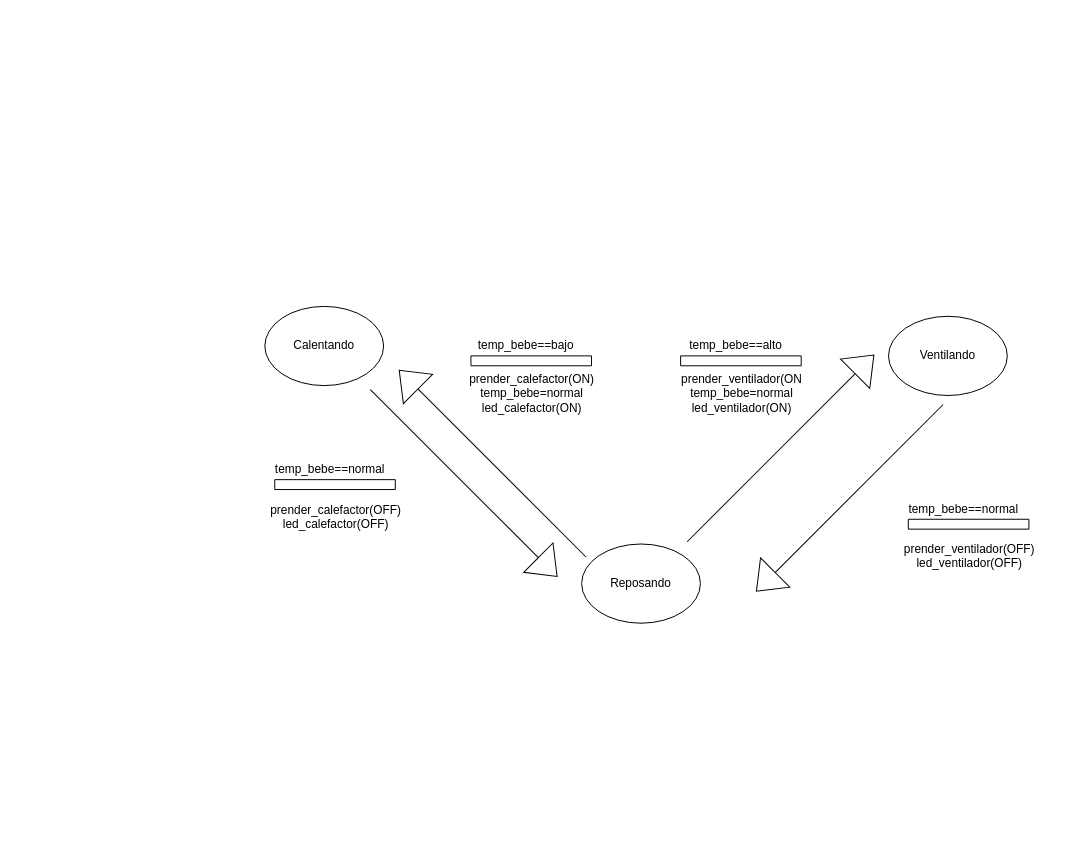
Before: SERBOCUNA.drawio in fjrod09-eng/TP-RODRIGUEZ-LEAL, a draw.io diagram. Source tidied: cells renumbered, new cells numbered last; positions are measured from the earlier drawing's top-left corner, leaving out a move shared by most shapes. Both pictures are drawn from the tidied source at 99%, with x=0, y=0 at pixel (264, 306).
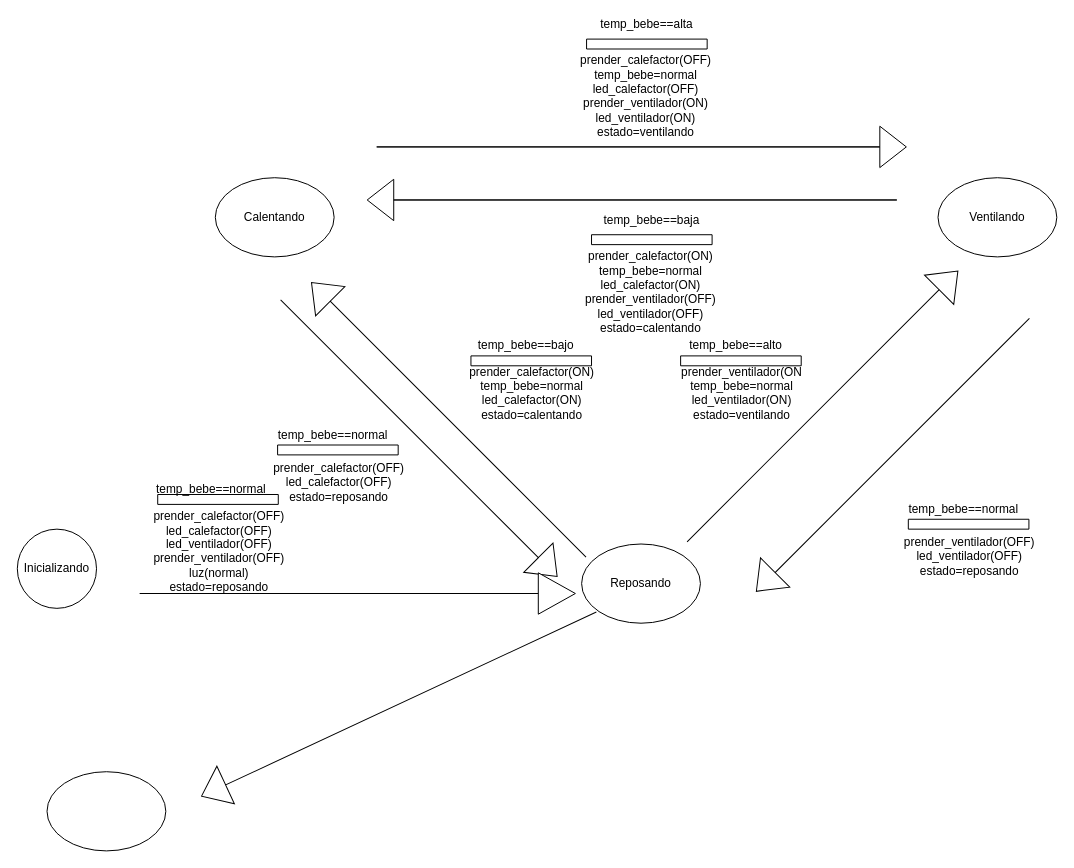
Above is the later version.

Change to the diagram source:
```diff
@@
     <mxCell id="3" value="Calentando" style="ellipse;whiteSpace=wrap;html=1;" parent="1" vertex="1">
-      <mxGeometry width="120" height="80" as="geometry" />
+      <mxGeometry x="-50" y="-130" width="120" height="80" as="geometry" />
     </mxCell>
     <mxCell id="4" style="html=1;shadow=0;dashed=0;align=center;verticalAlign=middle;shape=mxgraph.arrows2.arrow;dy=1;dx=26.8;direction=north;notch=0;rotation=-45;" parent="1" vertex="1">
-      <mxGeometry x="209.2" y="25.4" width="41.8" height="266.8" as="geometry" />
+      <mxGeometry x="164.9" y="-81.6" width="41.8" height="392.2" as="geometry" />
     </mxCell>
@@
-    <mxCell id="7" value="prender_calefactor(ON)&lt;div&gt;temp_bebe=normal&lt;/div&gt;&lt;div&gt;led_calefactor(ON)&lt;/div&gt;&lt;div&gt;&lt;br&gt;&lt;/div&gt;" style="text;html=1;whiteSpace=wrap;strokeColor=none;fillColor=none;align=center;verticalAlign=middle;rounded=0;" parent="1" vertex="1">
+    <mxCell id="7" value="prender_calefactor(ON)&lt;div&gt;temp_bebe=normal&lt;/div&gt;&lt;div&gt;led_calefactor(ON)&lt;/div&gt;&lt;div&gt;estado=calentando&lt;/div&gt;&lt;div&gt;&lt;br&gt;&lt;/div&gt;" style="text;html=1;whiteSpace=wrap;strokeColor=none;fillColor=none;align=center;verticalAlign=middle;rounded=0;" parent="1" vertex="1">
       <mxGeometry x="210" y="80" width="120" height="30" as="geometry" />
     </mxCell>
     <mxCell id="8" style="verticalLabelPosition=bottom;verticalAlign=top;html=1;shape=mxgraph.basic.rect;fillColor2=none;strokeWidth=1;size=20;indent=5;" parent="1" vertex="1">
-      <mxGeometry x="10" y="175" width="121.8" height="10" as="geometry" />
+      <mxGeometry x="12.9" y="140" width="121.8" height="10" as="geometry" />
     </mxCell>
     <mxCell id="9" value="temp_bebe==normal" style="text;html=1;whiteSpace=wrap;strokeColor=none;fillColor=none;align=center;verticalAlign=middle;rounded=0;" parent="1" vertex="1">
-      <mxGeometry x="10" y="160" width="111.8" height="10" as="geometry" />
+      <mxGeometry x="12.9" y="125" width="111.8" height="10" as="geometry" />
     </mxCell>
-    <mxCell id="10" value="prender_calefactor(OFF)&lt;div&gt;led_calefactor(OFF)&lt;/div&gt;&lt;div&gt;&lt;br&gt;&lt;/div&gt;" style="text;html=1;whiteSpace=wrap;strokeColor=none;fillColor=none;align=center;verticalAlign=middle;rounded=0;" parent="1" vertex="1">
-      <mxGeometry x="11.8" y="205" width="120" height="30" as="geometry" />
+    <mxCell id="10" value="prender_calefactor(OFF)&lt;div&gt;led_calefactor(OFF)&lt;/div&gt;&lt;div&gt;estado=reposando&lt;/div&gt;&lt;div&gt;&lt;br&gt;&lt;/div&gt;" style="text;html=1;whiteSpace=wrap;strokeColor=none;fillColor=none;align=center;verticalAlign=middle;rounded=0;" parent="1" vertex="1">
+      <mxGeometry x="14.7" y="170" width="120" height="30" as="geometry" />
     </mxCell>
     <mxCell id="11" value="Ventilando" style="ellipse;whiteSpace=wrap;html=1;" parent="1" vertex="1">
-      <mxGeometry x="630" y="10" width="120" height="80" as="geometry" />
+      <mxGeometry x="680" y="-130" width="120" height="80" as="geometry" />
     </mxCell>
     <mxCell id="12" style="html=1;shadow=0;dashed=0;align=center;verticalAlign=middle;shape=mxgraph.arrows2.arrow;dy=1;dx=26.8;direction=north;notch=0;rotation=45;" parent="1" vertex="1">
-      <mxGeometry x="500" y="10" width="41.8" height="266.8" as="geometry" />
+      <mxGeometry x="542.4" y="-92.4" width="41.8" height="386.8" as="geometry" />
     </mxCell>
     <mxCell id="13" style="html=1;shadow=0;dashed=0;align=center;verticalAlign=middle;shape=mxgraph.arrows2.arrow;dy=1;dx=26.8;direction=north;notch=0;rotation=135;" parent="1" vertex="1">
-      <mxGeometry x="180" y="45" width="41.8" height="266.8" as="geometry" />
+      <mxGeometry x="134.7" y="-64.4" width="41.8" height="395" as="geometry" />
     </mxCell>
@@
-    <mxCell id="16" value="prender_ventilador(ON&lt;div&gt;temp_bebe=normal&lt;/div&gt;&lt;div&gt;led_ventilador(ON)&lt;/div&gt;&lt;div&gt;&lt;br&gt;&lt;/div&gt;" style="text;html=1;whiteSpace=wrap;strokeColor=none;fillColor=none;align=center;verticalAlign=middle;rounded=0;" parent="1" vertex="1">
+    <mxCell id="16" value="prender_ventilador(ON&lt;div&gt;temp_bebe=normal&lt;/div&gt;&lt;div&gt;led_ventilador(ON)&lt;/div&gt;&lt;div&gt;estado=ventilando&lt;/div&gt;&lt;div&gt;&lt;br&gt;&lt;/div&gt;" style="text;html=1;whiteSpace=wrap;strokeColor=none;fillColor=none;align=center;verticalAlign=middle;rounded=0;" parent="1" vertex="1">
       <mxGeometry x="421.8" y="80" width="120" height="30" as="geometry" />
     </mxCell>
     <mxCell id="17" style="html=1;shadow=0;dashed=0;align=center;verticalAlign=middle;shape=mxgraph.arrows2.arrow;dy=1;dx=26.8;direction=north;notch=0;rotation=-135;" parent="1" vertex="1">
-      <mxGeometry x="570" y="60" width="41.8" height="266.8" as="geometry" />
+      <mxGeometry x="613.5" y="-45.1" width="41.8" height="390" as="geometry" />
     </mxCell>
@@
-    <mxCell id="20" value="prender_ventilador(OFF)&lt;div&gt;led_ventilador(OFF)&lt;/div&gt;&lt;div&gt;&lt;br&gt;&lt;/div&gt;" style="text;html=1;whiteSpace=wrap;strokeColor=none;fillColor=none;align=center;verticalAlign=middle;rounded=0;" parent="1" vertex="1">
+    <mxCell id="20" value="prender_ventilador(OFF)&lt;div&gt;led_ventilador(OFF)&lt;/div&gt;&lt;div&gt;estado=reposando&lt;/div&gt;&lt;div&gt;&lt;br&gt;&lt;/div&gt;" style="text;html=1;whiteSpace=wrap;strokeColor=none;fillColor=none;align=center;verticalAlign=middle;rounded=0;" parent="1" vertex="1">
       <mxGeometry x="651.8" y="245" width="120" height="30" as="geometry" />
     </mxCell>
+    <mxCell id="21" style="html=1;shadow=0;dashed=0;align=center;verticalAlign=middle;shape=mxgraph.arrows2.arrow;dy=1;dx=26.8;direction=north;notch=0;rotation=90;" parent="1" vertex="1">
+      <mxGeometry x="359.6" y="-428.6" width="41.8" height="535" as="geometry" />
+    </mxCell>
+    <mxCell id="22" style="html=1;shadow=0;dashed=0;align=center;verticalAlign=middle;shape=mxgraph.arrows2.arrow;dy=1;dx=26.8;direction=north;notch=0;rotation=-90;" parent="1" vertex="1">
+      <mxGeometry x="350" y="-375" width="41.8" height="535" as="geometry" />
+    </mxCell>
+    <mxCell id="23" style="verticalLabelPosition=bottom;verticalAlign=top;html=1;shape=mxgraph.basic.rect;fillColor2=none;strokeWidth=1;size=20;indent=5;" parent="1" vertex="1">
+      <mxGeometry x="325" y="-270" width="121.8" height="10" as="geometry" />
+    </mxCell>
+    <mxCell id="24" value="temp_bebe==alta" style="text;html=1;whiteSpace=wrap;strokeColor=none;fillColor=none;align=center;verticalAlign=middle;rounded=0;" parent="1" vertex="1">
+      <mxGeometry x="330" y="-290" width="111.8" height="10" as="geometry" />
+    </mxCell>
+    <mxCell id="25" value="prender_calefactor(OFF)&lt;div&gt;temp_bebe=normal&lt;/div&gt;&lt;div&gt;led_calefactor(OFF)&lt;/div&gt;&lt;div&gt;prender_ventilador(ON)&lt;/div&gt;&lt;div&gt;led_ventilador(ON)&lt;/div&gt;&lt;div&gt;estado=ventilando&lt;/div&gt;&lt;div&gt;&lt;br&gt;&lt;/div&gt;" style="text;html=1;whiteSpace=wrap;strokeColor=none;fillColor=none;align=center;verticalAlign=middle;rounded=0;" parent="1" vertex="1">
+      <mxGeometry x="325" y="-220" width="120" height="30" as="geometry" />
+    </mxCell>
+    <mxCell id="26" style="verticalLabelPosition=bottom;verticalAlign=top;html=1;shape=mxgraph.basic.rect;fillColor2=none;strokeWidth=1;size=20;indent=5;" parent="1" vertex="1">
+      <mxGeometry x="330" y="-72.4" width="121.8" height="10" as="geometry" />
+    </mxCell>
+    <mxCell id="27" value="temp_bebe==baja" style="text;html=1;whiteSpace=wrap;strokeColor=none;fillColor=none;align=center;verticalAlign=middle;rounded=0;" parent="1" vertex="1">
+      <mxGeometry x="335" y="-92.4" width="111.8" height="10" as="geometry" />
+    </mxCell>
+    <mxCell id="28" value="prender_calefactor(ON)&lt;div&gt;temp_bebe=normal&lt;/div&gt;&lt;div&gt;led_calefactor(ON)&lt;/div&gt;&lt;div&gt;prender_ventilador(OFF)&lt;/div&gt;&lt;div&gt;led_ventilador(OFF)&lt;/div&gt;&lt;div&gt;estado=calentando&lt;/div&gt;&lt;div&gt;&lt;br&gt;&lt;/div&gt;" style="text;html=1;whiteSpace=wrap;strokeColor=none;fillColor=none;align=center;verticalAlign=middle;rounded=0;" parent="1" vertex="1">
+      <mxGeometry x="330" y="-22.4" width="120" height="30" as="geometry" />
+    </mxCell>
+    <mxCell id="29" style="html=1;shadow=0;dashed=0;align=center;verticalAlign=middle;shape=mxgraph.arrows2.arrow;dy=1;dx=26.8;direction=north;notch=0;rotation=-115;" parent="1" vertex="1">
+      <mxGeometry x="114.6" y="181.7" width="41.8" height="440" as="geometry" />
+    </mxCell>
+    <mxCell id="30" style="ellipse;whiteSpace=wrap;html=1;" parent="1" vertex="1">
+      <mxGeometry x="-220" y="470" width="120" height="80" as="geometry" />
+    </mxCell>
+    <mxCell id="31" style="html=1;shadow=0;dashed=0;align=center;verticalAlign=middle;shape=mxgraph.arrows2.arrow;dy=1;dx=37.46;direction=north;notch=0;rotation=90;" parent="1" vertex="1">
+      <mxGeometry x="72.8" y="70" width="41.8" height="440" as="geometry" />
+    </mxCell>
+    <mxCell id="32" value="Inicializando" style="ellipse;whiteSpace=wrap;html=1;" parent="1" vertex="1">
+      <mxGeometry x="-250" y="225" width="80" height="80" as="geometry" />
+    </mxCell>
+    <mxCell id="33" style="verticalLabelPosition=bottom;verticalAlign=top;html=1;shape=mxgraph.basic.rect;fillColor2=none;strokeWidth=1;size=20;indent=5;" parent="1" vertex="1">
+      <mxGeometry x="-108.2" y="190" width="121.8" height="10" as="geometry" />
+    </mxCell>
+    <mxCell id="34" value="temp_bebe==normal" style="text;html=1;whiteSpace=wrap;strokeColor=none;fillColor=none;align=center;verticalAlign=middle;rounded=0;" parent="1" vertex="1">
+      <mxGeometry x="-110" y="180" width="111.8" height="10" as="geometry" />
+    </mxCell>
+    <mxCell id="35" value="prender_calefactor(OFF)&lt;div&gt;led_calefactor(OFF)&lt;/div&gt;&lt;div&gt;led_ventilador(OFF)&lt;/div&gt;&lt;div&gt;prender_ventilador(OFF)&lt;/div&gt;&lt;div&gt;luz(normal)&lt;/div&gt;&lt;div&gt;estado=reposando&lt;/div&gt;&lt;div&gt;&lt;br&gt;&lt;/div&gt;" style="text;html=1;whiteSpace=wrap;strokeColor=none;fillColor=none;align=center;verticalAlign=middle;rounded=0;" parent="1" vertex="1">
+      <mxGeometry x="-106.4" y="240" width="120" height="30" as="geometry" />
+    </mxCell>
```
